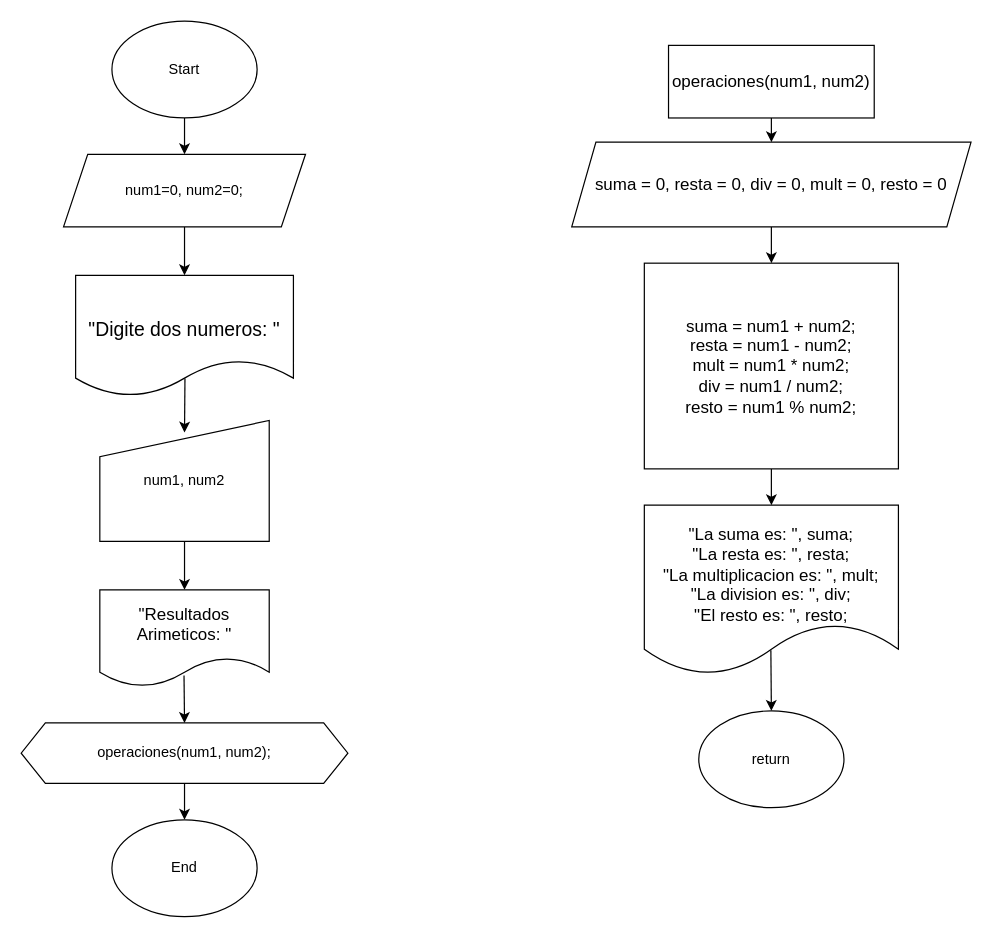
Above: OperacionesAritmeticasFunciones.drawio in AnthonyLozadaAlexander/DiagramaDeFlujos (draw.io), before the change. Source tidied: cells renumbered, new cells numbered last; positions are measured from the earlier drawing's top-left corner, leaving out a move shared by most shapes. Both pictures are drawn from the tidied source at 121%, with x=0, y=0 at pixel (21, 21).
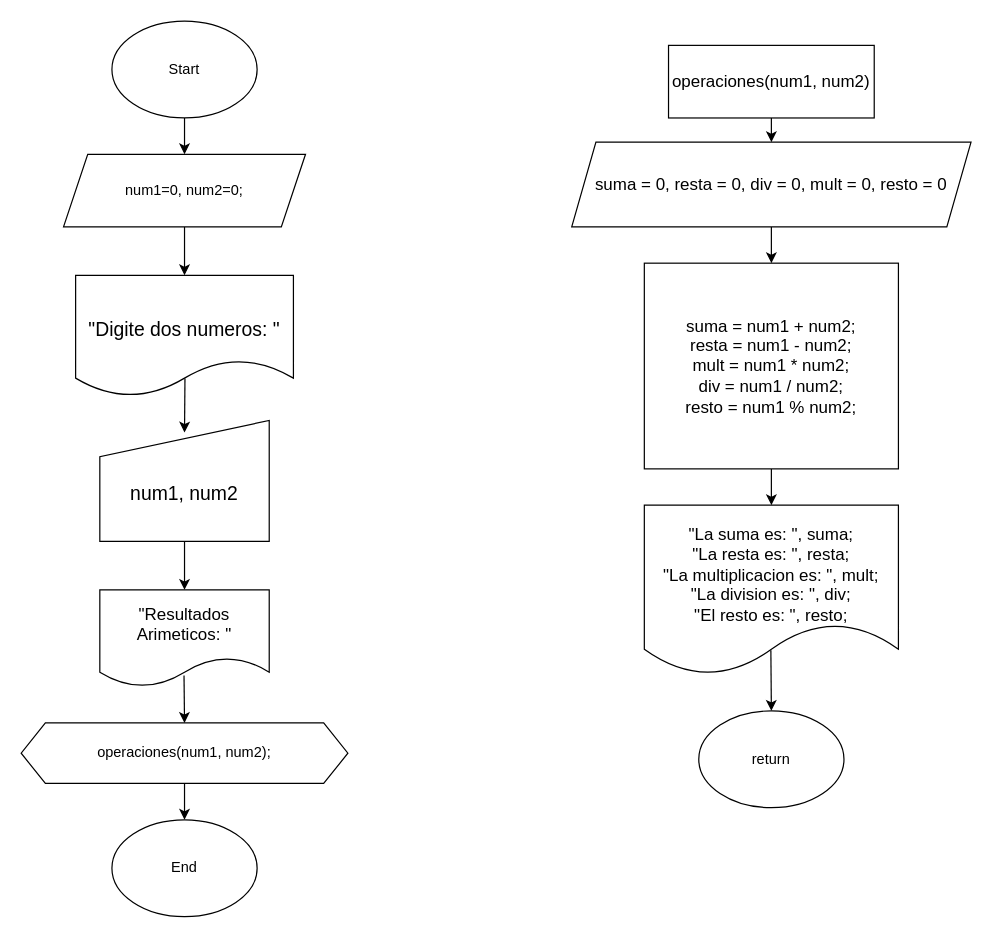
Above is the later version.

Commit message:
Actualizar el estilo del diagrama de flujo en OperacionesAritmeticasFunciones.drawio para mejorar la presentación de los parámetros de entrada.

What changed in the source:
```diff
@@
-    <mxCell id="9" value="num1, num2" style="shape=manualInput;whiteSpace=wrap;html=1;" parent="1" vertex="1">
+    <mxCell id="9" value="&lt;div&gt;&lt;br&gt;&lt;/div&gt;num1, num2" style="shape=manualInput;whiteSpace=wrap;html=1;fontSize=16;" parent="1" vertex="1">
       <mxGeometry x="65" y="330" width="140" height="100" as="geometry" />
     </mxCell>
```
